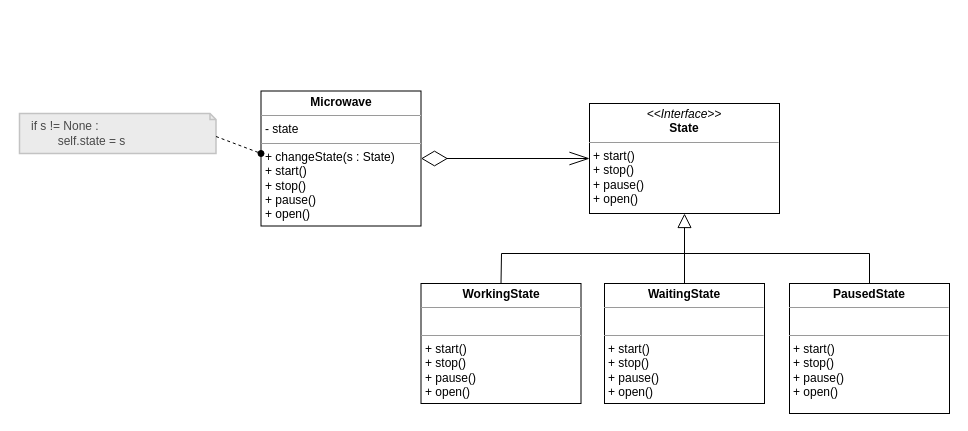
Earlier version of the draw.io diagram page "หน้า-4" (4 of 4) of Project/behavioral/State/State.drawio (pang1217/Pattern-and-Software-Design). Source tidied: cells renumbered, new cells numbered last; positions are measured from the earlier drawing's top-left corner, leaving out a move shared by most shapes. Both pictures are drawn from the tidied source at 100%, with x=0, y=0 at pixel (19, 91).
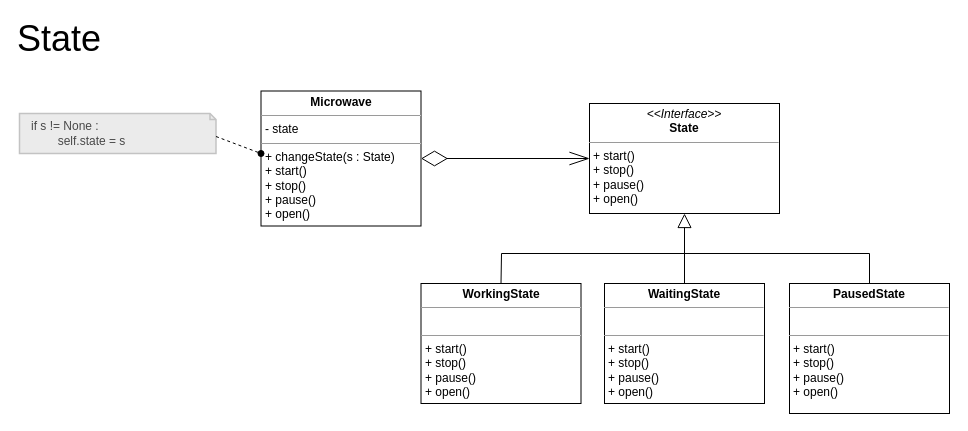
After the change.

Change to the diagram source:
```diff
@@
 <mxGraphModel>
   <root>
     <mxCell id="0" />
     <mxCell id="1" parent="0" />
     <mxCell id="2" value="&lt;p style=&quot;margin:0px;margin-top:4px;text-align:center;&quot;&gt;&lt;b&gt;Microwave&lt;/b&gt;&lt;/p&gt;&lt;hr size=&quot;1&quot;&gt;&lt;p style=&quot;margin:0px;margin-left:4px;&quot;&gt;- state&lt;/p&gt;&lt;hr size=&quot;1&quot;&gt;&lt;p style=&quot;margin:0px;margin-left:4px;&quot;&gt;&lt;span style=&quot;background-color: initial;&quot;&gt;+ changeState(s : State)&lt;/span&gt;&lt;/p&gt;&lt;p style=&quot;border-color: var(--border-color); margin: 0px 0px 0px 4px;&quot;&gt;+ start()&lt;/p&gt;&lt;p style=&quot;border-color: var(--border-color); margin: 0px 0px 0px 4px;&quot;&gt;+ stop()&lt;/p&gt;&lt;p style=&quot;border-color: var(--border-color); margin: 0px 0px 0px 4px;&quot;&gt;+ pause()&lt;/p&gt;&lt;p style=&quot;border-color: var(--border-color); margin: 0px 0px 0px 4px;&quot;&gt;+ open()&lt;/p&gt;" style="verticalAlign=top;align=left;overflow=fill;fontSize=12;fontFamily=Helvetica;html=1;whiteSpace=wrap;" parent="1" vertex="1">
       <mxGeometry x="241.5" y="-0.5" width="160" height="135" as="geometry" />
     </mxCell>
     <mxCell id="3" value="&lt;p style=&quot;margin:0px;margin-top:4px;text-align:center;&quot;&gt;&lt;i&gt;&amp;lt;&amp;lt;Interface&amp;gt;&amp;gt;&lt;/i&gt;&lt;br&gt;&lt;b&gt;State&lt;/b&gt;&lt;/p&gt;&lt;hr size=&quot;1&quot;&gt;&lt;p style=&quot;border-color: var(--border-color); margin: 0px 0px 0px 4px;&quot;&gt;+ start()&lt;/p&gt;&lt;p style=&quot;border-color: var(--border-color); margin: 0px 0px 0px 4px;&quot;&gt;+ stop()&lt;/p&gt;&lt;p style=&quot;border-color: var(--border-color); margin: 0px 0px 0px 4px;&quot;&gt;+ pause()&lt;/p&gt;&lt;p style=&quot;border-color: var(--border-color); margin: 0px 0px 0px 4px;&quot;&gt;+ open()&lt;br&gt;&lt;/p&gt;" style="verticalAlign=top;align=left;overflow=fill;fontSize=12;fontFamily=Helvetica;html=1;whiteSpace=wrap;" parent="1" vertex="1">
       <mxGeometry x="570" y="12" width="190" height="110" as="geometry" />
     </mxCell>
     <mxCell id="4" value="&lt;p style=&quot;margin:0px;margin-top:4px;text-align:center;&quot;&gt;&lt;b&gt;WorkingState&lt;/b&gt;&lt;br&gt;&lt;/p&gt;&lt;hr size=&quot;1&quot;&gt;&lt;p style=&quot;margin:0px;margin-left:4px;&quot;&gt;&lt;br&gt;&lt;/p&gt;&lt;hr size=&quot;1&quot;&gt;&lt;p style=&quot;border-color: var(--border-color); margin: 0px 0px 0px 4px;&quot;&gt;+ start()&lt;/p&gt;&lt;p style=&quot;border-color: var(--border-color); margin: 0px 0px 0px 4px;&quot;&gt;+ stop()&lt;/p&gt;&lt;p style=&quot;border-color: var(--border-color); margin: 0px 0px 0px 4px;&quot;&gt;+ pause()&lt;/p&gt;&lt;p style=&quot;border-color: var(--border-color); margin: 0px 0px 0px 4px;&quot;&gt;+ open()&lt;/p&gt;" style="verticalAlign=top;align=left;overflow=fill;fontSize=12;fontFamily=Helvetica;html=1;whiteSpace=wrap;" parent="1" vertex="1">
       <mxGeometry x="401.5" y="192" width="160" height="120" as="geometry" />
     </mxCell>
     <mxCell id="5" value="&lt;p style=&quot;margin:0px;margin-top:4px;text-align:center;&quot;&gt;&lt;b&gt;WaitingState&lt;/b&gt;&lt;/p&gt;&lt;hr size=&quot;1&quot;&gt;&lt;p style=&quot;margin:0px;margin-left:4px;&quot;&gt;&lt;br&gt;&lt;/p&gt;&lt;hr size=&quot;1&quot;&gt;&lt;p style=&quot;border-color: var(--border-color); margin: 0px 0px 0px 4px;&quot;&gt;+ start()&lt;/p&gt;&lt;p style=&quot;border-color: var(--border-color); margin: 0px 0px 0px 4px;&quot;&gt;+ stop()&lt;/p&gt;&lt;p style=&quot;border-color: var(--border-color); margin: 0px 0px 0px 4px;&quot;&gt;+ pause()&lt;/p&gt;&lt;p style=&quot;border-color: var(--border-color); margin: 0px 0px 0px 4px;&quot;&gt;+ open()&lt;br&gt;&lt;/p&gt;" style="verticalAlign=top;align=left;overflow=fill;fontSize=12;fontFamily=Helvetica;html=1;whiteSpace=wrap;" parent="1" vertex="1">
       <mxGeometry x="585" y="192" width="160" height="120" as="geometry" />
     </mxCell>
     <mxCell id="6" value="&lt;p style=&quot;margin:0px;margin-top:4px;text-align:center;&quot;&gt;&lt;b&gt;PausedState&lt;/b&gt;&lt;/p&gt;&lt;hr size=&quot;1&quot;&gt;&lt;p style=&quot;margin:0px;margin-left:4px;&quot;&gt;&lt;br&gt;&lt;/p&gt;&lt;hr size=&quot;1&quot;&gt;&lt;p style=&quot;border-color: var(--border-color); margin: 0px 0px 0px 4px;&quot;&gt;+ start()&lt;/p&gt;&lt;p style=&quot;border-color: var(--border-color); margin: 0px 0px 0px 4px;&quot;&gt;+ stop()&lt;/p&gt;&lt;p style=&quot;border-color: var(--border-color); margin: 0px 0px 0px 4px;&quot;&gt;+ pause()&lt;/p&gt;&lt;p style=&quot;border-color: var(--border-color); margin: 0px 0px 0px 4px;&quot;&gt;+&lt;span style=&quot;background-color: initial;&quot;&gt;&amp;nbsp;open()&lt;/span&gt;&lt;/p&gt;" style="verticalAlign=top;align=left;overflow=fill;fontSize=12;fontFamily=Helvetica;html=1;whiteSpace=wrap;" parent="1" vertex="1">
       <mxGeometry x="770" y="192" width="160" height="130" as="geometry" />
     </mxCell>
     <mxCell id="7" style="endArrow=diamondThin;endFill=0;endSize=24;html=1;rounded=0;entryX=1;entryY=0.5;entryDx=0;entryDy=0;exitX=0;exitY=0.5;exitDx=0;exitDy=0;startArrow=openThin;startFill=0;startSize=18;" parent="1" edge="1" source="3" target="2">
       <mxGeometry relative="1" as="geometry" />
     </mxCell>
     <mxCell id="8" style="endArrow=block;endFill=0;endSize=12;html=1;rounded=0;exitX=0.5;exitY=0;exitDx=0;exitDy=0;entryX=0.5;entryY=1;entryDx=0;entryDy=0;" parent="1" edge="1" source="5" target="3">
       <mxGeometry relative="1" as="geometry" />
     </mxCell>
     <mxCell id="9" style="endArrow=none;html=1;rounded=0;exitX=0.5;exitY=0;exitDx=0;exitDy=0;entryX=0.5;entryY=0;entryDx=0;entryDy=0;" parent="1" edge="1" source="4" target="6">
       <mxGeometry relative="1" as="geometry">
         <Array as="points">
           <mxPoint x="482" y="162" />
           <mxPoint x="850" y="162" />
         </Array>
       </mxGeometry>
     </mxCell>
     <mxCell id="10" value="&lt;font color=&quot;#494949&quot;&gt;&lt;div&gt;if s != None :&lt;/div&gt;&lt;div&gt;&lt;span style=&quot;white-space:pre&quot;&gt;&#9;&lt;/span&gt;self.state = s&lt;/div&gt;&lt;/font&gt;" style="shape=note;size=6;align=left;spacingLeft=10;html=1;whiteSpace=wrap;strokeWidth=1.5;strokeColor=#C3C3C3;gradientColor=none;fillColor=#EBEBEB;" parent="1" vertex="1">
       <mxGeometry y="22" width="196.5" height="40" as="geometry" />
     </mxCell>
     <mxCell id="11" style="endArrow=oval;dashed=1;html=1;rounded=0;startArrow=none;startFill=0;endFill=1;exitX=0;exitY=0;exitDx=196.5;exitDy=23;exitPerimeter=0;" parent="1" edge="1" source="10">
       <mxGeometry relative="1" as="geometry">
         <mxPoint x="241.5" y="62" as="targetPoint" />
       </mxGeometry>
     </mxCell>
+    <mxCell id="12" value="&lt;font style=&quot;font-size: 36px;&quot;&gt;State&lt;/font&gt;" style="text;html=1;align=center;verticalAlign=middle;whiteSpace=wrap;rounded=0;" parent="1" vertex="1">
+      <mxGeometry x="10" y="-68" width="60" height="30" as="geometry" />
+    </mxCell>
   </root>
 </mxGraphModel>
```
